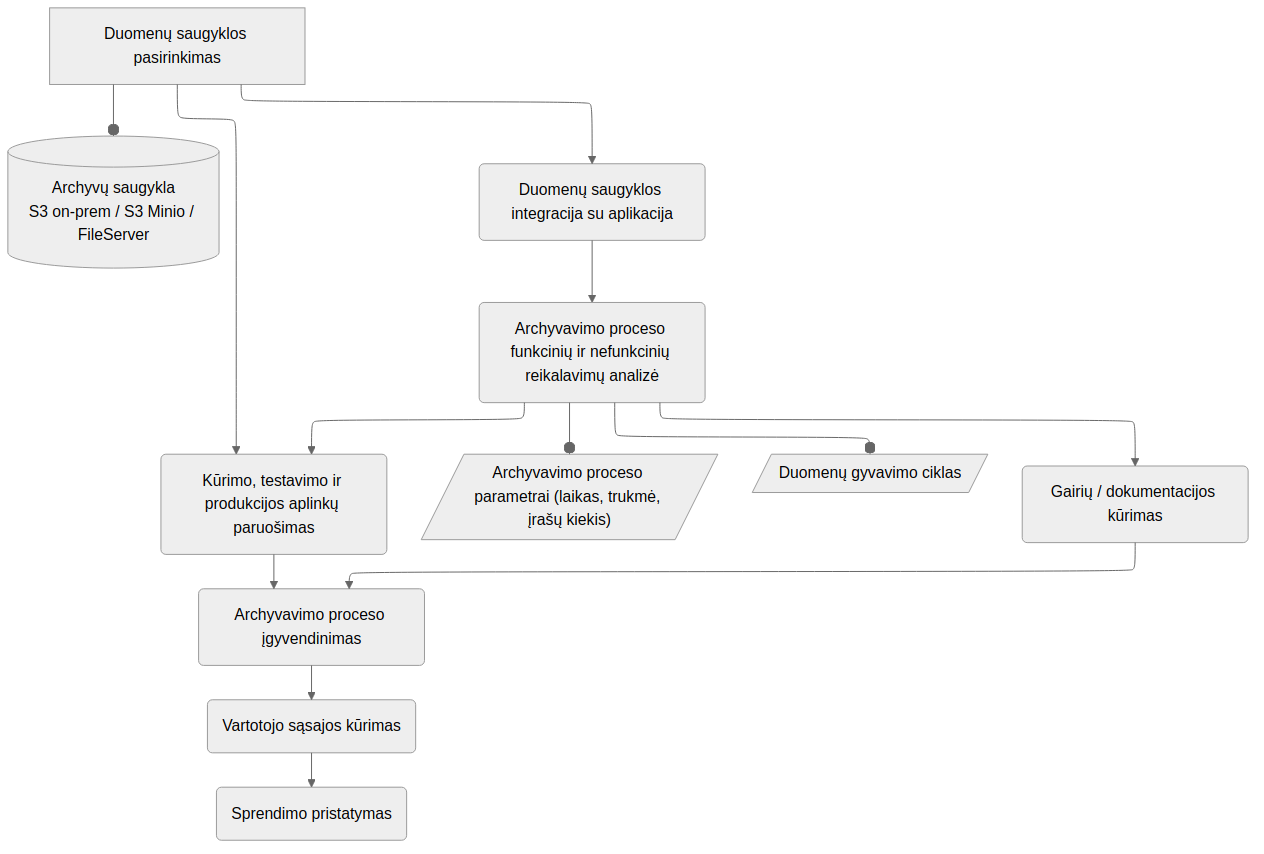
onlyidev/bachelor.practice keeps this Mermaid diagram as images/plan.png. Above is the earlier version. Its source is kept beside it as diagrams/plan.mmd.
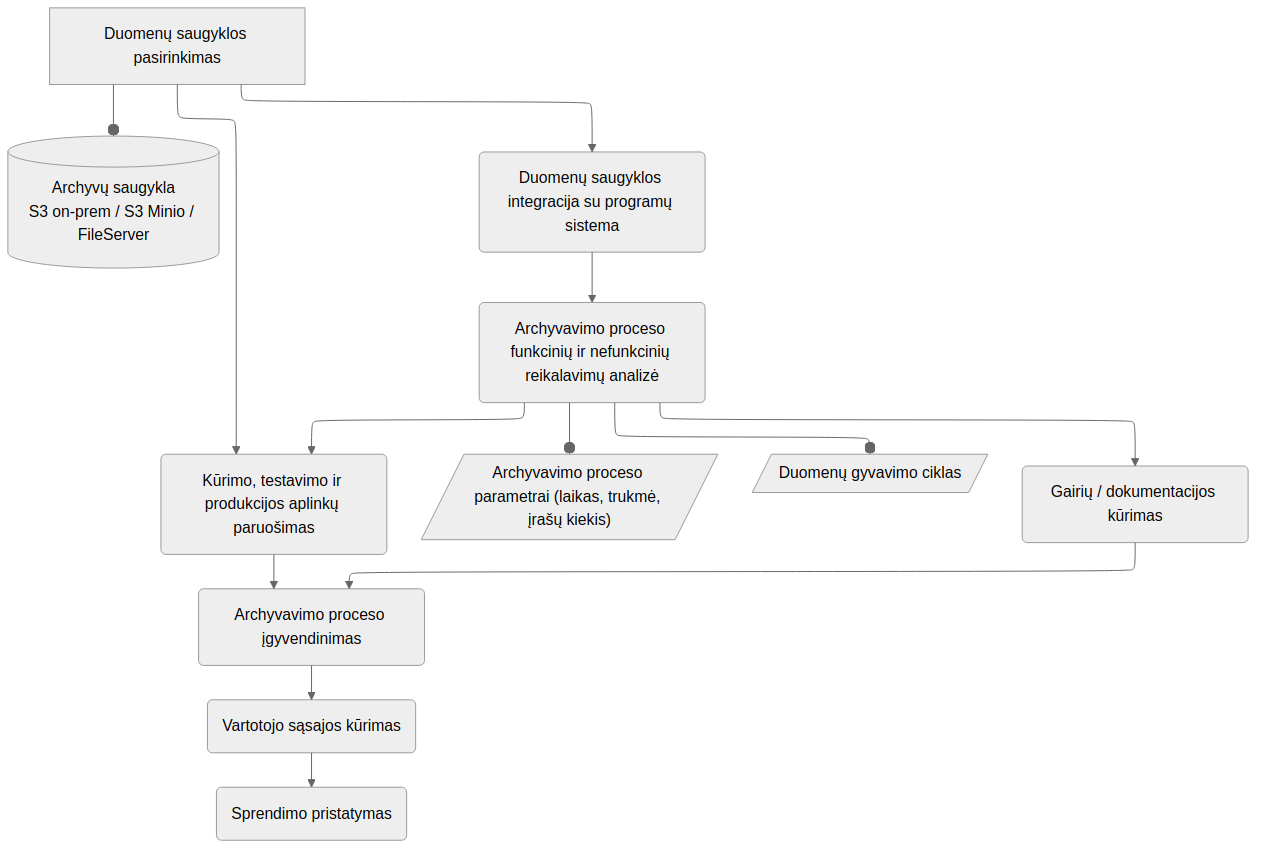
After the change.

Change to the diagram source:
```diff
@@ -5,7 +5,7 @@
 flowchart TD
 analysis["Duomenų saugyklos pasirinkimas"]
 guidelines("Gairių / dokumentacijos kūrimas")
-integrate("Duomenų saugyklos integracija su aplikacija")
+integrate("Duomenų saugyklos integracija su programų sistema")
 requirements("Archyvavimo proceso funkcinių ir nefunkcinių reikalavimų analizė")
 env("Kūrimo, testavimo ir produkcijos aplinkų paruošimas")
 process("Archyvavimo proceso įgyvendinimas")
```
